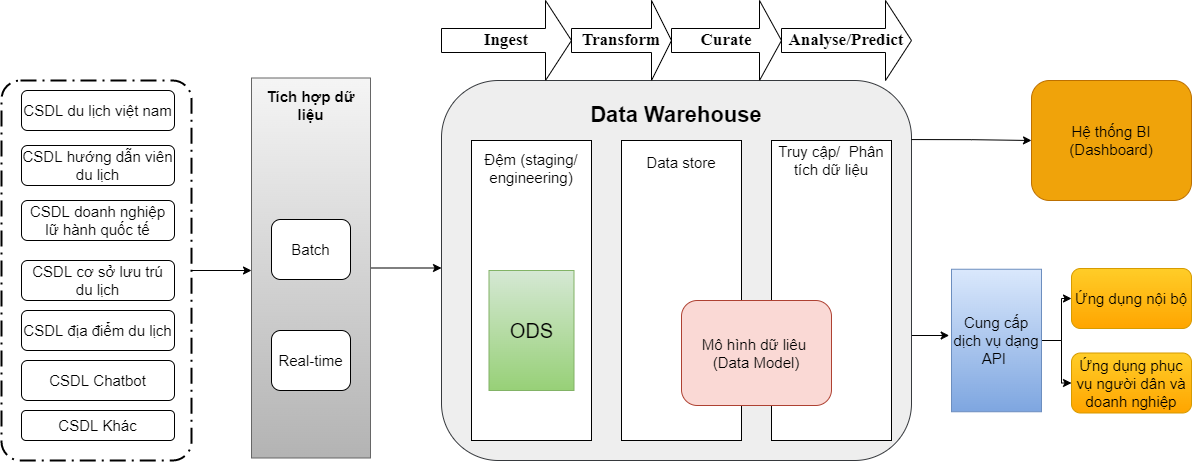
This is tcdl-Page-1.drawio.png from letheanh12345/Draw-io, a draw.io export, as it was before one commit. Source tidied: cells renumbered, new cells last; positions are measured from the earlier drawing's top-left corner, leaving out a move shared by most shapes.
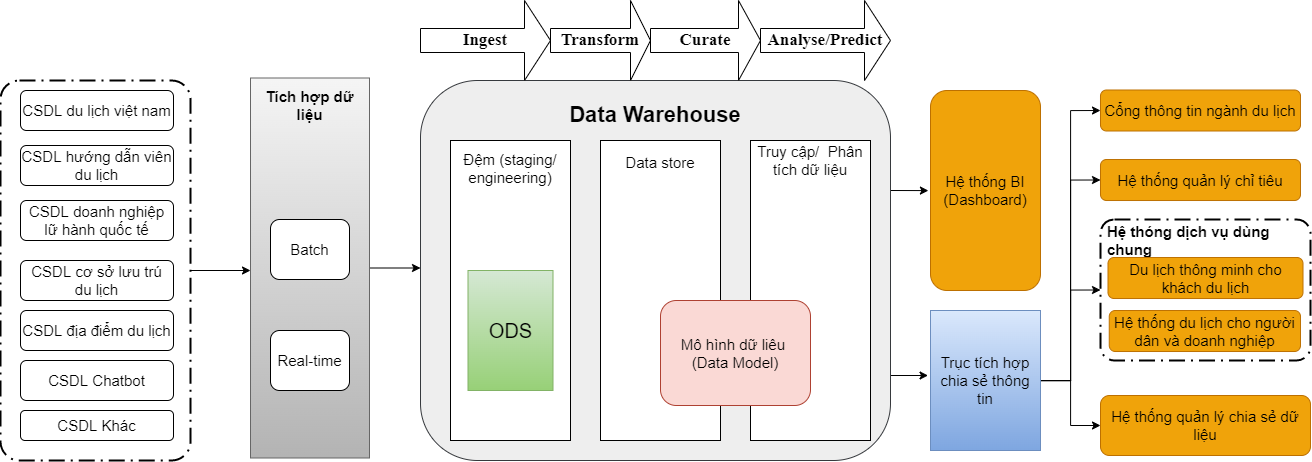
The same file after the commit.

The edit, as a diff of the source:
```diff
@@ -4,18 +4,24 @@
     <mxCell id="1" parent="0" />
     <mxCell id="2" style="edgeStyle=orthogonalEdgeStyle;rounded=0;jettySize=auto;html=1;fontSize=15;" parent="1" edge="1" source="3">
       <mxGeometry relative="1" as="geometry">
-        <mxPoint x="250" y="270" as="targetPoint" />
+        <mxPoint x="270" y="270" as="targetPoint" />
       </mxGeometry>
     </mxCell>
     <mxCell id="3" style="points=[[0.25,0,0],[0.5,0,0],[0.75,0,0],[1,0.25,0],[1,0.5,0],[1,0.75,0],[0.75,1,0],[0.5,1,0],[0.25,1,0],[0,0.75,0],[0,0.5,0],[0,0.25,0]];rounded=1;arcSize=10;dashed=1;strokeColor=#000000;fillColor=none;gradientColor=none;dashPattern=8 3 1 3;strokeWidth=2;fontStyle=1;fontSize=20;" parent="1" vertex="1">
-      <mxGeometry y="80" width="190" height="380" as="geometry" />
+      <mxGeometry x="20" y="80" width="190" height="380" as="geometry" />
     </mxCell>
     <mxCell id="4" style="edgeStyle=orthogonalEdgeStyle;rounded=0;orthogonalLoop=1;jettySize=auto;html=1;exitX=1;exitY=0.75;exitDx=0;exitDy=0;entryX=-0.027;entryY=0.672;entryDx=0;entryDy=0;entryPerimeter=0;fontSize=15;" parent="1" edge="1">
       <mxGeometry relative="1" as="geometry">
-        <mxPoint x="910" y="335" as="sourcePoint" />
-        <mxPoint x="947.6" y="334.5" as="targetPoint" />
+        <mxPoint x="910" y="375" as="sourcePoint" />
+        <mxPoint x="947.6" y="374.5" as="targetPoint" />
       </mxGeometry>
     </mxCell>
+    <mxCell id="38" style="edgeStyle=orthogonalEdgeStyle;rounded=0;orthogonalLoop=1;jettySize=auto;html=1;exitX=1;exitY=0.5;exitDx=0;exitDy=0;entryX=-0.019;entryY=0.894;entryDx=0;entryDy=0;entryPerimeter=0;fontSize=15;" parent="1" edge="1">
+      <mxGeometry relative="1" as="geometry">
+        <mxPoint x="910" y="190" as="sourcePoint" />
+        <mxPoint x="947.9" y="188.8" as="targetPoint" />
+      </mxGeometry>
+    </mxCell>
     <mxCell id="5" style="rounded=1;whiteSpace=wrap;html=1;fillColor=#eeeeee;strokeColor=#36393d;" parent="1" vertex="1">
       <mxGeometry x="440" y="80" width="470" height="380" as="geometry" />
     </mxCell>
@@ -40,16 +46,16 @@
       </mxGeometry>
     </mxCell>
     <mxCell id="12" style="rounded=0;whiteSpace=wrap;html=1;fontSize=15;fillColor=#f5f5f5;gradientColor=#b3b3b3;strokeColor=#666666;" parent="1" vertex="1">
-      <mxGeometry x="250" y="77.5" width="119" height="380" as="geometry" />
+      <mxGeometry x="270" y="77.5" width="119" height="380" as="geometry" />
     </mxCell>
     <mxCell id="13" value="&lt;b&gt;Tích hợp dữ liệu&lt;/b&gt;" style="text;html=1;strokeColor=none;fillColor=none;align=center;verticalAlign=middle;whiteSpace=wrap;rounded=0;fontSize=15;" parent="1" vertex="1">
-      <mxGeometry x="250" y="90" width="119" height="30" as="geometry" />
+      <mxGeometry x="270" y="90" width="119" height="30" as="geometry" />
     </mxCell>
     <mxCell id="14" value="Batch" style="rounded=1;whiteSpace=wrap;html=1;fontSize=15;" parent="1" vertex="1">
-      <mxGeometry x="270" y="219" width="79" height="60" as="geometry" />
+      <mxGeometry x="290" y="219" width="79" height="60" as="geometry" />
     </mxCell>
     <mxCell id="15" value="Real-time" style="rounded=1;whiteSpace=wrap;html=1;fontSize=15;" parent="1" vertex="1">
-      <mxGeometry x="270" y="330" width="79" height="60" as="geometry" />
+      <mxGeometry x="290" y="330" width="79" height="60" as="geometry" />
     </mxCell>
     <mxCell id="16" style="rounded=0;whiteSpace=wrap;html=1;fontSize=15;" parent="1" vertex="1">
       <mxGeometry x="470" y="140" width="120" height="300" as="geometry" />
@@ -76,48 +82,64 @@
       <mxGeometry x="680" y="300" width="150" height="105" as="geometry" />
     </mxCell>
     <mxCell id="24" value="Hệ thống BI (Dashboard)" style="rounded=1;whiteSpace=wrap;html=1;fontSize=15;fillColor=#f0a30a;fontColor=#000000;strokeColor=#BD7000;" parent="1" vertex="1">
-      <mxGeometry x="1030" y="80" width="160" height="120" as="geometry" />
+      <mxGeometry x="950" y="90" width="110" height="200" as="geometry" />
     </mxCell>
-    <mxCell id="25" value="Ứng dụng nội bộ" style="rounded=1;whiteSpace=wrap;html=1;fontSize=15;fillColor=#ffcd28;gradientColor=#ffa500;strokeColor=#d79b00;" parent="1" vertex="1">
-      <mxGeometry x="1070" y="268" width="120" height="60" as="geometry" />
-    </mxCell>
-    <mxCell id="26" value="Ứng dụng phục vụ người dân và doanh nghiệp" style="rounded=1;whiteSpace=wrap;html=1;fontSize=15;fillColor=#ffcd28;gradientColor=#ffa500;strokeColor=#d79b00;" parent="1" vertex="1">
-      <mxGeometry x="1070" y="352.5" width="120" height="60" as="geometry" />
-    </mxCell>
-    <mxCell id="27" style="edgeStyle=orthogonalEdgeStyle;rounded=0;jettySize=auto;html=1;exitX=1;exitY=0.5;exitDx=0;exitDy=0;entryX=0;entryY=0.5;entryDx=0;entryDy=0;fontSize=15;" parent="1" edge="1" source="29" target="25">
-      <mxGeometry relative="1" as="geometry" />
-    </mxCell>
-    <mxCell id="28" style="edgeStyle=orthogonalEdgeStyle;rounded=0;jettySize=auto;html=1;entryX=0;entryY=0.5;entryDx=0;entryDy=0;fontSize=15;" parent="1" edge="1" source="29" target="26">
-      <mxGeometry relative="1" as="geometry" />
-    </mxCell>
+    <mxCell id="39" style="edgeStyle=orthogonalEdgeStyle;rounded=0;jettySize=auto;html=1;entryX=0;entryY=0.5;entryDx=0;entryDy=0;" parent="1" edge="1" source="29" target="43">
+      <mxGeometry relative="1" as="geometry" />
+    </mxCell>
+    <mxCell id="40" style="edgeStyle=orthogonalEdgeStyle;rounded=0;jettySize=auto;html=1;entryX=0;entryY=0.5;entryDx=0;entryDy=0;" parent="1" edge="1" source="29" target="44">
+      <mxGeometry relative="1" as="geometry" />
+    </mxCell>
+    <mxCell id="41" style="edgeStyle=orthogonalEdgeStyle;rounded=0;jettySize=auto;html=1;entryX=0;entryY=0.5;entryDx=0;entryDy=0;entryPerimeter=0;" parent="1" edge="1" source="29" target="45">
+      <mxGeometry relative="1" as="geometry" />
+    </mxCell>
+    <mxCell id="42" style="edgeStyle=orthogonalEdgeStyle;rounded=0;jettySize=auto;html=1;entryX=0;entryY=0.5;entryDx=0;entryDy=0;" parent="1" edge="1" source="29" target="49">
+      <mxGeometry relative="1" as="geometry" />
+    </mxCell>
-    <mxCell id="29" value="Cung cấp dịch vụ dạng API&amp;nbsp;" style="rounded=0;whiteSpace=wrap;html=1;fontSize=15;fillColor=#dae8fc;gradientColor=#7ea6e0;strokeColor=#6c8ebf;" parent="1" vertex="1">
-      <mxGeometry x="950" y="268.8" width="90" height="142.5" as="geometry" />
+    <mxCell id="29" value="Trục tích hợp chia sẻ thông tin" style="rounded=0;whiteSpace=wrap;html=1;fontSize=15;fillColor=#dae8fc;gradientColor=#7ea6e0;strokeColor=#6c8ebf;" parent="1" vertex="1">
+      <mxGeometry x="950" y="310" width="110" height="140" as="geometry" />
     </mxCell>
-    <mxCell id="30" style="edgeStyle=orthogonalEdgeStyle;rounded=0;jettySize=auto;html=1;exitX=1;exitY=0.75;exitDx=0;exitDy=0;entryX=0;entryY=0.5;entryDx=0;entryDy=0;fontSize=15;" parent="1" edge="1" target="24">
-      <mxGeometry relative="1" as="geometry">
-        <mxPoint x="910" y="139.1" as="sourcePoint" />
-      </mxGeometry>
-    </mxCell>
     <mxCell id="31" value="&lt;font style=&quot;font-size: 15px;&quot;&gt;CSDL du lịch việt nam&lt;/font&gt;" style="rounded=1;whiteSpace=wrap;html=1;" parent="1" vertex="1">
-      <mxGeometry x="20" y="90" width="153" height="40" as="geometry" />
+      <mxGeometry x="40" y="90" width="153" height="40" as="geometry" />
     </mxCell>
     <mxCell id="32" value="&lt;font style=&quot;font-size: 15px;&quot;&gt;CSDL hướng dẫn viên du lịch&lt;/font&gt;" style="rounded=1;whiteSpace=wrap;html=1;" parent="1" vertex="1">
-      <mxGeometry x="20" y="145" width="153" height="40" as="geometry" />
+      <mxGeometry x="40" y="145" width="153" height="40" as="geometry" />
     </mxCell>
     <mxCell id="33" value="&lt;font style=&quot;font-size: 15px;&quot;&gt;CSDL doanh nghiệp lữ hành quốc tế&lt;/font&gt;" style="rounded=1;whiteSpace=wrap;html=1;" parent="1" vertex="1">
-      <mxGeometry x="20" y="200" width="153" height="40" as="geometry" />
+      <mxGeometry x="40" y="200" width="153" height="40" as="geometry" />
     </mxCell>
     <mxCell id="34" value="&lt;font style=&quot;font-size: 15px;&quot;&gt;CSDL Khác&lt;/font&gt;" style="rounded=1;whiteSpace=wrap;html=1;" parent="1" vertex="1">
-      <mxGeometry x="20" y="410" width="153" height="30" as="geometry" />
+      <mxGeometry x="40" y="410" width="153" height="30" as="geometry" />
     </mxCell>
     <mxCell id="35" value="&lt;font style=&quot;font-size: 15px;&quot;&gt;CSDL cơ sở lưu trú du lịch&lt;/font&gt;" style="rounded=1;whiteSpace=wrap;html=1;" parent="1" vertex="1">
-      <mxGeometry x="20" y="260" width="153" height="40" as="geometry" />
+      <mxGeometry x="40" y="260" width="153" height="40" as="geometry" />
     </mxCell>
     <mxCell id="36" value="&lt;font style=&quot;font-size: 15px;&quot;&gt;CSDL Chatbot&lt;/font&gt;" style="rounded=1;whiteSpace=wrap;html=1;" parent="1" vertex="1">
-      <mxGeometry x="20" y="360" width="153" height="40" as="geometry" />
+      <mxGeometry x="40" y="360" width="153" height="40" as="geometry" />
     </mxCell>
     <mxCell id="37" value="&lt;font style=&quot;font-size: 15px;&quot;&gt;CSDL địa điểm du lịch&lt;/font&gt;" style="rounded=1;whiteSpace=wrap;html=1;" parent="1" vertex="1">
-      <mxGeometry x="20" y="310" width="153" height="40" as="geometry" />
+      <mxGeometry x="40" y="310" width="153" height="40" as="geometry" />
     </mxCell>
+    <mxCell id="43" value="Cổng thông tin ngành du lịch" style="rounded=1;whiteSpace=wrap;html=1;fontSize=15;fillColor=#f0a30a;fontColor=#000000;strokeColor=#BD7000;" parent="1" vertex="1">
+      <mxGeometry x="1120" y="89.5" width="200" height="41" as="geometry" />
+    </mxCell>
+    <mxCell id="44" value="Hệ thống quản lý chỉ tiêu" style="rounded=1;whiteSpace=wrap;html=1;fontSize=15;fillColor=#f0a30a;fontColor=#000000;strokeColor=#BD7000;" parent="1" vertex="1">
+      <mxGeometry x="1120" y="159" width="200" height="41" as="geometry" />
+    </mxCell>
+    <mxCell id="45" style="points=[[0.25,0,0],[0.5,0,0],[0.75,0,0],[1,0.25,0],[1,0.5,0],[1,0.75,0],[0.75,1,0],[0.5,1,0],[0.25,1,0],[0,0.75,0],[0,0.5,0],[0,0.25,0]];rounded=1;arcSize=10;dashed=1;strokeColor=#000000;fillColor=none;gradientColor=none;dashPattern=8 3 1 3;strokeWidth=2;fontStyle=1;fontSize=20;" parent="1" vertex="1">
+      <mxGeometry x="1120" y="219" width="210" height="141" as="geometry" />
+    </mxCell>
+    <mxCell id="46" value="&lt;b&gt;&lt;font style=&quot;font-size: 15px;&quot;&gt;Hệ thóng dịch vụ dùng chung&lt;/font&gt;&lt;/b&gt;" style="text;html=1;strokeColor=none;fillColor=none;align=left;verticalAlign=middle;whiteSpace=wrap;rounded=0;" parent="1" vertex="1">
+      <mxGeometry x="1125" y="220" width="205" height="40" as="geometry" />
+    </mxCell>
+    <mxCell id="47" value="Du lịch thông minh cho khách du lịch" style="rounded=1;whiteSpace=wrap;html=1;fontSize=15;fillColor=#f0a30a;fontColor=#000000;strokeColor=#BD7000;" parent="1" vertex="1">
+      <mxGeometry x="1127.5" y="257" width="195" height="41" as="geometry" />
+    </mxCell>
+    <mxCell id="48" value="Hệ thống du lịch cho người dân và doanh nghiệp" style="rounded=1;whiteSpace=wrap;html=1;fontSize=15;fillColor=#f0a30a;fontColor=#000000;strokeColor=#BD7000;" parent="1" vertex="1">
+      <mxGeometry x="1128.8" y="310" width="191.2" height="41" as="geometry" />
+    </mxCell>
+    <mxCell id="49" value="Hệ thống quản lý chia sẻ dữ liệu" style="rounded=1;whiteSpace=wrap;html=1;fontSize=15;fillColor=#f0a30a;fontColor=#000000;strokeColor=#BD7000;" parent="1" vertex="1">
+      <mxGeometry x="1120" y="395" width="210" height="60" as="geometry" />
+    </mxCell>
   </root>
 </mxGraphModel>
```
